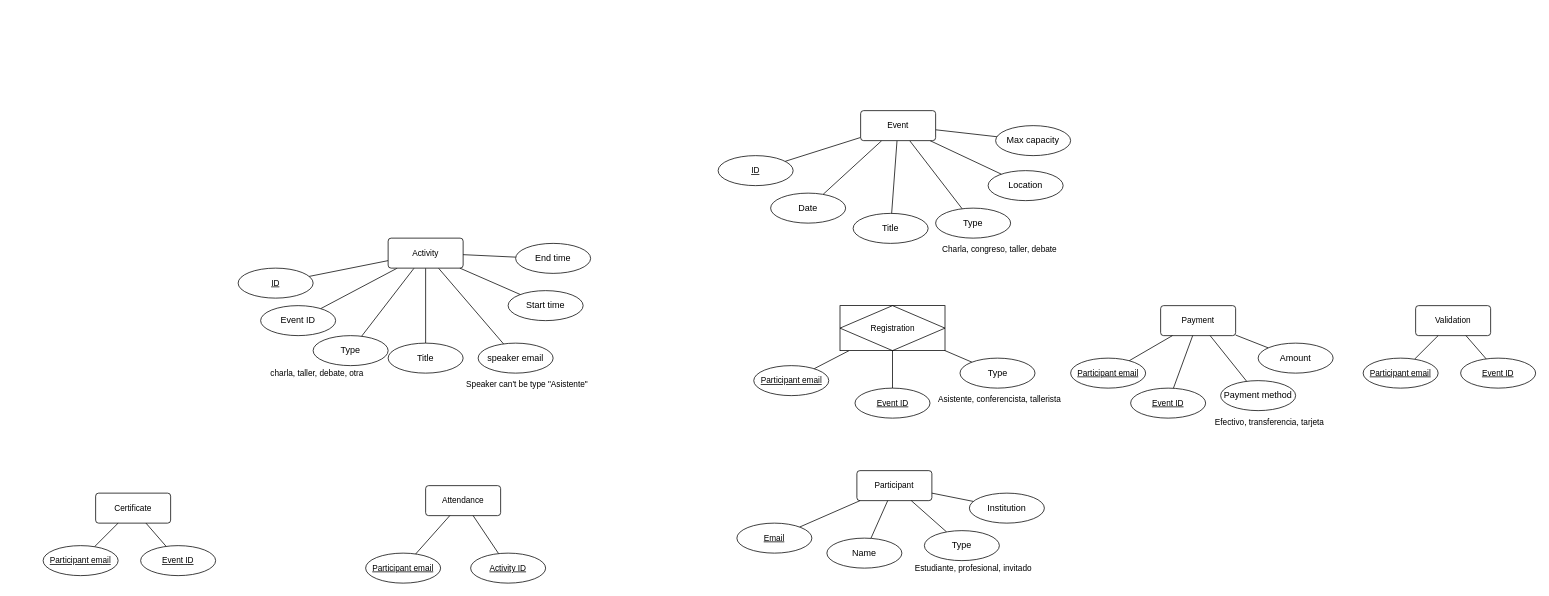
Above: docs/HyruleEvents.drawio in Emahch/Practica-1-IPC2-2025 (draw.io), before the change. Source tidied: cells renumbered, new cells numbered last; positions are measured from the earlier drawing's top-left corner, leaving out a move shared by most shapes. Both pictures are drawn from the tidied source at 75%, with x=0, y=0 at pixel (43, 110).
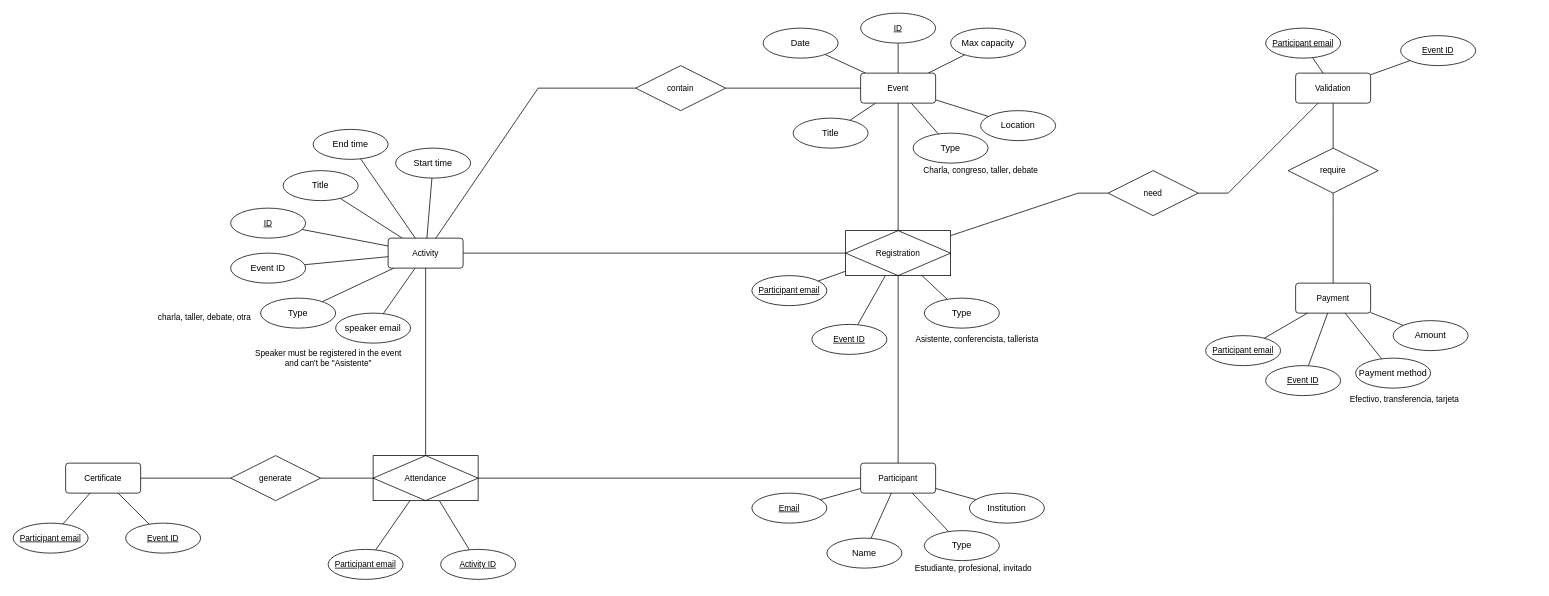
Above is the later version.

The change refers to these unchanged cells:
```xml
<mxCell id="54" value="Activity" style="rounded=1;arcSize=10;whiteSpace=wrap;html=1;align=center;fontFamily=Helvetica;fontSize=11;fontColor=default;labelBackgroundColor=default;" parent="1" vertex="1">
  <mxGeometry x="460" y="170" width="100" height="40" as="geometry" />
</mxCell>
```

What changed in the source:
```diff
@@
     <mxCell id="3" value="Title" style="ellipse;whiteSpace=wrap;html=1;align=center;" parent="1" vertex="1">
-      <mxGeometry x="1080" y="137" width="100" height="40" as="geometry" />
+      <mxGeometry x="1000" y="10" width="100" height="40" as="geometry" />
     </mxCell>
@@
     <mxCell id="5" value="Date" style="ellipse;whiteSpace=wrap;html=1;align=center;" parent="1" vertex="1">
-      <mxGeometry x="970" y="110" width="100" height="40" as="geometry" />
+      <mxGeometry x="960" y="-110" width="100" height="40" as="geometry" />
     </mxCell>
@@
     <mxCell id="7" value="Type" style="ellipse;whiteSpace=wrap;html=1;align=center;" parent="1" vertex="1">
-      <mxGeometry x="1190" y="130" width="100" height="40" as="geometry" />
+      <mxGeometry x="1160" y="30" width="100" height="40" as="geometry" />
     </mxCell>
@@
     <mxCell id="9" value="Location" style="ellipse;whiteSpace=wrap;html=1;align=center;" parent="1" vertex="1">
-      <mxGeometry x="1260" y="80" width="100" height="40" as="geometry" />
+      <mxGeometry x="1250" width="100" height="40" as="geometry" />
     </mxCell>
@@
     <mxCell id="11" value="Max capacity" style="ellipse;whiteSpace=wrap;html=1;align=center;" parent="1" vertex="1">
-      <mxGeometry x="1270" y="20" width="100" height="40" as="geometry" />
+      <mxGeometry x="1210" y="-110" width="100" height="40" as="geometry" />
     </mxCell>
@@
     <mxCell id="13" value="ID" style="ellipse;whiteSpace=wrap;html=1;align=center;fontStyle=4;fontFamily=Helvetica;fontSize=11;fontColor=default;labelBackgroundColor=default;" parent="1" vertex="1">
-      <mxGeometry x="900" y="60" width="100" height="40" as="geometry" />
+      <mxGeometry x="1090" y="-130" width="100" height="40" as="geometry" />
     </mxCell>
     <mxCell id="14" value="Event" style="rounded=1;arcSize=10;whiteSpace=wrap;html=1;align=center;fontFamily=Helvetica;fontSize=11;fontColor=default;labelBackgroundColor=default;" parent="1" vertex="1">
-      <mxGeometry x="1090" width="100" height="40" as="geometry" />
+      <mxGeometry x="1090" y="-50" width="100" height="40" as="geometry" />
     </mxCell>
+    <mxCell id="76" style="edgeStyle=none;shape=connector;rounded=0;jettySize=auto;html=1;strokeColor=default;align=center;verticalAlign=middle;fontFamily=Helvetica;fontSize=11;fontColor=default;labelBackgroundColor=default;endArrow=none;endFill=0;" parent="1" edge="1" source="15" target="59">
+      <mxGeometry relative="1" as="geometry" />
+    </mxCell>
+    <mxCell id="77" style="edgeStyle=none;shape=connector;rounded=0;jettySize=auto;html=1;strokeColor=default;align=center;verticalAlign=middle;fontFamily=Helvetica;fontSize=11;fontColor=default;labelBackgroundColor=default;endArrow=none;endFill=0;" parent="1" edge="1" source="15" target="30">
+      <mxGeometry relative="1" as="geometry" />
+    </mxCell>
     <mxCell id="15" value="Participant" style="rounded=1;arcSize=10;whiteSpace=wrap;html=1;align=center;fontFamily=Helvetica;fontSize=11;fontColor=default;labelBackgroundColor=default;" parent="1" vertex="1">
-      <mxGeometry x="1085" y="480" width="100" height="40" as="geometry" />
+      <mxGeometry x="1090" y="470" width="100" height="40" as="geometry" />
     </mxCell>
@@
     <mxCell id="17" value="Email" style="ellipse;whiteSpace=wrap;html=1;align=center;fontStyle=4;fontFamily=Helvetica;fontSize=11;fontColor=default;labelBackgroundColor=default;" parent="1" vertex="1">
-      <mxGeometry x="925" y="550" width="100" height="40" as="geometry" />
+      <mxGeometry x="945" y="510" width="100" height="40" as="geometry" />
     </mxCell>
@@
     <mxCell id="25" value="Participant email" style="ellipse;whiteSpace=wrap;html=1;align=center;fontStyle=4;fontFamily=Helvetica;fontSize=11;fontColor=default;labelBackgroundColor=default;" parent="1" vertex="1">
-      <mxGeometry x="947.5" y="340" width="100" height="40" as="geometry" />
+      <mxGeometry x="945" y="220" width="100" height="40" as="geometry" />
     </mxCell>
@@
     <mxCell id="27" value="Event ID" style="ellipse;whiteSpace=wrap;html=1;align=center;fontStyle=4;fontFamily=Helvetica;fontSize=11;fontColor=default;labelBackgroundColor=default;" parent="1" vertex="1">
-      <mxGeometry x="1082.5" y="370" width="100" height="40" as="geometry" />
+      <mxGeometry x="1025" y="285" width="100" height="40" as="geometry" />
     </mxCell>
@@
     <mxCell id="29" value="Type" style="ellipse;whiteSpace=wrap;html=1;align=center;" parent="1" vertex="1">
-      <mxGeometry x="1222.5" y="330" width="100" height="40" as="geometry" />
+      <mxGeometry x="1175" y="250" width="100" height="40" as="geometry" />
     </mxCell>
+    <mxCell id="78" style="edgeStyle=none;shape=connector;rounded=0;jettySize=auto;html=1;strokeColor=default;align=center;verticalAlign=middle;fontFamily=Helvetica;fontSize=11;fontColor=default;labelBackgroundColor=default;endArrow=none;endFill=0;" parent="1" edge="1" source="30" target="14">
+      <mxGeometry relative="1" as="geometry" />
+    </mxCell>
+    <mxCell id="79" style="edgeStyle=none;shape=connector;rounded=0;jettySize=auto;html=1;strokeColor=default;align=center;verticalAlign=middle;fontFamily=Helvetica;fontSize=11;fontColor=default;labelBackgroundColor=default;endArrow=none;endFill=0;" parent="1" edge="1" source="30" target="90">
+      <mxGeometry relative="1" as="geometry">
+        <Array as="points">
+          <mxPoint x="1380" y="110" />
+        </Array>
+      </mxGeometry>
+    </mxCell>
     <mxCell id="30" value="Registration" style="shape=associativeEntity;whiteSpace=wrap;html=1;align=center;fontFamily=Helvetica;fontSize=11;fontColor=default;labelBackgroundColor=default;" parent="1" vertex="1">
-      <mxGeometry x="1062.5" y="260" width="140" height="60" as="geometry" />
+      <mxGeometry x="1070" y="160" width="140" height="60" as="geometry" />
     </mxCell>
     <mxCell id="31" value="Payment" style="rounded=1;arcSize=10;whiteSpace=wrap;html=1;align=center;fontFamily=Helvetica;fontSize=11;fontColor=default;labelBackgroundColor=default;" parent="1" vertex="1">
-      <mxGeometry x="1490" y="260" width="100" height="40" as="geometry" />
+      <mxGeometry x="1670" y="230" width="100" height="40" as="geometry" />
     </mxCell>
@@
     <mxCell id="33" value="Participant email" style="ellipse;whiteSpace=wrap;html=1;align=center;fontStyle=4;fontFamily=Helvetica;fontSize=11;fontColor=default;labelBackgroundColor=default;" parent="1" vertex="1">
-      <mxGeometry x="1370" y="330" width="100" height="40" as="geometry" />
+      <mxGeometry x="1550" y="300" width="100" height="40" as="geometry" />
     </mxCell>
@@
     <mxCell id="35" value="Event ID" style="ellipse;whiteSpace=wrap;html=1;align=center;fontStyle=4;fontFamily=Helvetica;fontSize=11;fontColor=default;labelBackgroundColor=default;" parent="1" vertex="1">
-      <mxGeometry x="1450" y="370" width="100" height="40" as="geometry" />
+      <mxGeometry x="1630" y="340" width="100" height="40" as="geometry" />
     </mxCell>
@@
     <mxCell id="37" value="Payment method" style="ellipse;whiteSpace=wrap;html=1;align=center;" parent="1" vertex="1">
-      <mxGeometry x="1570" y="360" width="100" height="40" as="geometry" />
+      <mxGeometry x="1750" y="330" width="100" height="40" as="geometry" />
     </mxCell>
@@
     <mxCell id="39" value="Amount" style="ellipse;whiteSpace=wrap;html=1;align=center;" parent="1" vertex="1">
-      <mxGeometry x="1620" y="310" width="100" height="40" as="geometry" />
+      <mxGeometry x="1800" y="280" width="100" height="40" as="geometry" />
     </mxCell>
+    <mxCell id="80" style="edgeStyle=none;shape=connector;rounded=0;jettySize=auto;html=1;strokeColor=default;align=center;verticalAlign=middle;fontFamily=Helvetica;fontSize=11;fontColor=default;labelBackgroundColor=default;endArrow=none;endFill=0;" parent="1" edge="1" source="40" target="92">
+      <mxGeometry relative="1" as="geometry" />
+    </mxCell>
     <mxCell id="40" value="Validation" style="rounded=1;arcSize=10;whiteSpace=wrap;html=1;align=center;fontFamily=Helvetica;fontSize=11;fontColor=default;labelBackgroundColor=default;" parent="1" vertex="1">
-      <mxGeometry x="1830" y="260" width="100" height="40" as="geometry" />
+      <mxGeometry x="1670" y="-50" width="100" height="40" as="geometry" />
     </mxCell>
@@
     <mxCell id="42" value="Participant email" style="ellipse;whiteSpace=wrap;html=1;align=center;fontStyle=4;fontFamily=Helvetica;fontSize=11;fontColor=default;labelBackgroundColor=default;" parent="1" vertex="1">
-      <mxGeometry x="1760" y="330" width="100" height="40" as="geometry" />
+      <mxGeometry x="1630" y="-110" width="100" height="40" as="geometry" />
     </mxCell>
@@
     <mxCell id="44" value="Event ID" style="ellipse;whiteSpace=wrap;html=1;align=center;fontStyle=4;fontFamily=Helvetica;fontSize=11;fontColor=default;labelBackgroundColor=default;" parent="1" vertex="1">
-      <mxGeometry x="1890" y="330" width="100" height="40" as="geometry" />
+      <mxGeometry x="1810" y="-100" width="100" height="40" as="geometry" />
     </mxCell>
@@
     <mxCell id="46" value="Title" style="ellipse;whiteSpace=wrap;html=1;align=center;" parent="1" vertex="1">
-      <mxGeometry x="460" y="310" width="100" height="40" as="geometry" />
+      <mxGeometry x="320" y="80" width="100" height="40" as="geometry" />
     </mxCell>
@@
     <mxCell id="49" value="Type" style="ellipse;whiteSpace=wrap;html=1;align=center;" parent="1" vertex="1">
-      <mxGeometry x="360" y="300" width="100" height="40" as="geometry" />
+      <mxGeometry x="290" y="250" width="100" height="40" as="geometry" />
     </mxCell>
@@
     <mxCell id="51" value="speaker email" style="ellipse;whiteSpace=wrap;html=1;align=center;" parent="1" vertex="1">
-      <mxGeometry x="580" y="310" width="100" height="40" as="geometry" />
+      <mxGeometry x="390" y="270" width="100" height="40" as="geometry" />
     </mxCell>
@@
     <mxCell id="53" value="ID" style="ellipse;whiteSpace=wrap;html=1;align=center;fontStyle=4;fontFamily=Helvetica;fontSize=11;fontColor=default;labelBackgroundColor=default;" parent="1" vertex="1">
-      <mxGeometry x="260" y="210" width="100" height="40" as="geometry" />
+      <mxGeometry x="250" y="130" width="100" height="40" as="geometry" />
     </mxCell>
+    <mxCell id="81" style="rounded=0;jettySize=auto;html=1;endArrow=none;endFill=0;" parent="1" edge="1" source="54" target="30">
+      <mxGeometry relative="1" as="geometry" />
+    </mxCell>
@@
     <mxCell id="56" value="Start time" style="ellipse;whiteSpace=wrap;html=1;align=center;" parent="1" vertex="1">
-      <mxGeometry x="620" y="240" width="100" height="40" as="geometry" />
+      <mxGeometry x="470" y="50" width="100" height="40" as="geometry" />
     </mxCell>
@@
     <mxCell id="58" value="End time" style="ellipse;whiteSpace=wrap;html=1;align=center;" parent="1" vertex="1">
-      <mxGeometry x="630" y="177" width="100" height="40" as="geometry" />
+      <mxGeometry x="360" y="25" width="100" height="40" as="geometry" />
     </mxCell>
-    <mxCell id="59" value="Attendance" style="rounded=1;arcSize=10;whiteSpace=wrap;html=1;align=center;fontFamily=Helvetica;fontSize=11;fontColor=default;labelBackgroundColor=default;" parent="1" vertex="1">
-      <mxGeometry x="510" y="500" width="100" height="40" as="geometry" />
-    </mxCell>
-    <mxCell id="60" value="Speaker can't be type &quot;Asistente&quot;" style="text;html=1;align=center;verticalAlign=middle;strokeColor=none;fillColor=none;fontFamily=Helvetica;fontSize=11;fontColor=default;labelBackgroundColor=default;" parent="1" vertex="1">
-      <mxGeometry x="550" y="350" width="190" height="30" as="geometry" />
+    <mxCell id="60" value="Speaker must be registered in the event&lt;div&gt;and can't be &quot;Asistente&quot;&lt;/div&gt;" style="text;html=1;align=center;verticalAlign=middle;strokeColor=none;fillColor=none;fontFamily=Helvetica;fontSize=11;fontColor=default;labelBackgroundColor=default;" parent="1" vertex="1">
+      <mxGeometry x="270" y="310" width="220" height="40" as="geometry" />
     </mxCell>
     <mxCell id="61" value="Event ID" style="ellipse;whiteSpace=wrap;html=1;align=center;" parent="1" vertex="1">
-      <mxGeometry x="290" y="260" width="100" height="40" as="geometry" />
+      <mxGeometry x="250" y="190" width="100" height="40" as="geometry" />
     </mxCell>
@@
     <mxCell id="63" value="Participant email" style="ellipse;whiteSpace=wrap;html=1;align=center;fontStyle=4;fontFamily=Helvetica;fontSize=11;fontColor=default;labelBackgroundColor=default;" parent="1" vertex="1">
-      <mxGeometry x="430" y="590" width="100" height="40" as="geometry" />
+      <mxGeometry x="380" y="585" width="100" height="40" as="geometry" />
     </mxCell>
@@
     <mxCell id="65" value="Activity ID" style="ellipse;whiteSpace=wrap;html=1;align=center;fontStyle=4;fontFamily=Helvetica;fontSize=11;fontColor=default;labelBackgroundColor=default;" parent="1" vertex="1">
-      <mxGeometry x="570" y="590" width="100" height="40" as="geometry" />
+      <mxGeometry x="530" y="585" width="100" height="40" as="geometry" />
     </mxCell>
     <mxCell id="66" value="Certificate" style="rounded=1;arcSize=10;whiteSpace=wrap;html=1;align=center;fontFamily=Helvetica;fontSize=11;fontColor=default;labelBackgroundColor=default;" parent="1" vertex="1">
-      <mxGeometry x="70" y="510" width="100" height="40" as="geometry" />
+      <mxGeometry x="30" y="470" width="100" height="40" as="geometry" />
     </mxCell>
@@
     <mxCell id="68" value="Participant email" style="ellipse;whiteSpace=wrap;html=1;align=center;fontStyle=4;fontFamily=Helvetica;fontSize=11;fontColor=default;labelBackgroundColor=default;" parent="1" vertex="1">
-      <mxGeometry y="580" width="100" height="40" as="geometry" />
+      <mxGeometry x="-40" y="550" width="100" height="40" as="geometry" />
     </mxCell>
@@
     <mxCell id="70" value="Event ID" style="ellipse;whiteSpace=wrap;html=1;align=center;fontStyle=4;fontFamily=Helvetica;fontSize=11;fontColor=default;labelBackgroundColor=default;" parent="1" vertex="1">
-      <mxGeometry x="130" y="580" width="100" height="40" as="geometry" />
+      <mxGeometry x="110" y="550" width="100" height="40" as="geometry" />
     </mxCell>
     <mxCell id="71" value="Charla, congreso, taller, debate" style="text;html=1;align=center;verticalAlign=middle;strokeColor=none;fillColor=none;fontFamily=Helvetica;fontSize=11;fontColor=default;labelBackgroundColor=default;" parent="1" vertex="1">
-      <mxGeometry x="1185" y="170" width="180" height="30" as="geometry" />
+      <mxGeometry x="1160" y="65" width="180" height="30" as="geometry" />
     </mxCell>
@@
     <mxCell id="73" value="Asistente, conferencista, tallerista" style="text;html=1;align=center;verticalAlign=middle;strokeColor=none;fillColor=none;fontFamily=Helvetica;fontSize=11;fontColor=default;labelBackgroundColor=default;" parent="1" vertex="1">
-      <mxGeometry x="1180" y="370" width="190" height="30" as="geometry" />
+      <mxGeometry x="1150" y="290" width="190" height="30" as="geometry" />
     </mxCell>
     <mxCell id="74" value="Efectivo, transferencia, tarjeta" style="text;html=1;align=center;verticalAlign=middle;strokeColor=none;fillColor=none;fontFamily=Helvetica;fontSize=11;fontColor=default;labelBackgroundColor=default;" parent="1" vertex="1">
-      <mxGeometry x="1550" y="400" width="170" height="30" as="geometry" />
+      <mxGeometry x="1730" y="370" width="170" height="30" as="geometry" />
     </mxCell>
     <mxCell id="75" value="charla, taller, debate, otra" style="text;html=1;align=center;verticalAlign=middle;strokeColor=none;fillColor=none;fontFamily=Helvetica;fontSize=11;fontColor=default;labelBackgroundColor=default;" parent="1" vertex="1">
-      <mxGeometry x="290" y="335" width="150" height="30" as="geometry" />
+      <mxGeometry x="140" y="260" width="150" height="30" as="geometry" />
     </mxCell>
+    <mxCell id="82" style="edgeStyle=none;shape=connector;rounded=0;jettySize=auto;html=1;strokeColor=default;align=center;verticalAlign=middle;fontFamily=Helvetica;fontSize=11;fontColor=default;labelBackgroundColor=default;endArrow=none;endFill=0;" parent="1" edge="1" source="59" target="54">
+      <mxGeometry relative="1" as="geometry" />
+    </mxCell>
+    <mxCell id="59" value="Attendance" style="shape=associativeEntity;whiteSpace=wrap;html=1;align=center;fontFamily=Helvetica;fontSize=11;fontColor=default;labelBackgroundColor=default;" parent="1" vertex="1">
+      <mxGeometry x="440" y="460" width="140" height="60" as="geometry" />
+    </mxCell>
+    <mxCell id="83" style="edgeStyle=none;shape=connector;rounded=0;jettySize=auto;html=1;strokeColor=default;align=center;verticalAlign=middle;fontFamily=Helvetica;fontSize=11;fontColor=default;labelBackgroundColor=default;endArrow=none;endFill=0;" parent="1" edge="1" source="85" target="66">
+      <mxGeometry relative="1" as="geometry" />
+    </mxCell>
+    <mxCell id="84" style="edgeStyle=none;shape=connector;rounded=0;jettySize=auto;html=1;strokeColor=default;align=center;verticalAlign=middle;fontFamily=Helvetica;fontSize=11;fontColor=default;labelBackgroundColor=default;endArrow=none;endFill=0;" parent="1" edge="1" source="85" target="59">
+      <mxGeometry relative="1" as="geometry" />
+    </mxCell>
+    <mxCell id="85" value="generate" style="shape=rhombus;perimeter=rhombusPerimeter;whiteSpace=wrap;html=1;align=center;fontFamily=Helvetica;fontSize=11;fontColor=default;labelBackgroundColor=default;" parent="1" vertex="1">
+      <mxGeometry x="250" y="460" width="120" height="60" as="geometry" />
+    </mxCell>
+    <mxCell id="86" style="edgeStyle=none;shape=connector;rounded=0;jettySize=auto;html=1;strokeColor=default;align=center;verticalAlign=middle;fontFamily=Helvetica;fontSize=11;fontColor=default;labelBackgroundColor=default;endArrow=none;endFill=0;" parent="1" edge="1" source="88" target="54">
+      <mxGeometry relative="1" as="geometry">
+        <Array as="points">
+          <mxPoint x="660" y="-30" />
+        </Array>
+      </mxGeometry>
+    </mxCell>
+    <mxCell id="87" style="edgeStyle=none;shape=connector;rounded=0;jettySize=auto;html=1;strokeColor=default;align=center;verticalAlign=middle;fontFamily=Helvetica;fontSize=11;fontColor=default;labelBackgroundColor=default;endArrow=none;endFill=0;" parent="1" edge="1" source="88" target="14">
+      <mxGeometry relative="1" as="geometry" />
+    </mxCell>
+    <mxCell id="88" value="contain" style="shape=rhombus;perimeter=rhombusPerimeter;whiteSpace=wrap;html=1;align=center;fontFamily=Helvetica;fontSize=11;fontColor=default;labelBackgroundColor=default;" parent="1" vertex="1">
+      <mxGeometry x="790" y="-60" width="120" height="60" as="geometry" />
+    </mxCell>
+    <mxCell id="89" style="edgeStyle=none;shape=connector;rounded=0;jettySize=auto;html=1;strokeColor=default;align=center;verticalAlign=middle;fontFamily=Helvetica;fontSize=11;fontColor=default;labelBackgroundColor=default;endArrow=none;endFill=0;" parent="1" edge="1" source="90" target="40">
+      <mxGeometry relative="1" as="geometry">
+        <Array as="points">
+          <mxPoint x="1580" y="110" />
+        </Array>
+      </mxGeometry>
+    </mxCell>
+    <mxCell id="90" value="need" style="shape=rhombus;perimeter=rhombusPerimeter;whiteSpace=wrap;html=1;align=center;fontFamily=Helvetica;fontSize=11;fontColor=default;labelBackgroundColor=default;" parent="1" vertex="1">
+      <mxGeometry x="1420" y="80" width="120" height="60" as="geometry" />
+    </mxCell>
+    <mxCell id="91" style="edgeStyle=none;shape=connector;rounded=0;jettySize=auto;html=1;strokeColor=default;align=center;verticalAlign=middle;fontFamily=Helvetica;fontSize=11;fontColor=default;labelBackgroundColor=default;endArrow=none;endFill=0;" parent="1" edge="1" source="92" target="31">
+      <mxGeometry relative="1" as="geometry">
+        <Array as="points">
+          <mxPoint x="1720" y="130" />
+        </Array>
+      </mxGeometry>
+    </mxCell>
+    <mxCell id="92" value="require" style="shape=rhombus;perimeter=rhombusPerimeter;whiteSpace=wrap;html=1;align=center;fontFamily=Helvetica;fontSize=11;fontColor=default;labelBackgroundColor=default;" parent="1" vertex="1">
+      <mxGeometry x="1660" y="50" width="120" height="60" as="geometry" />
+    </mxCell>
```
